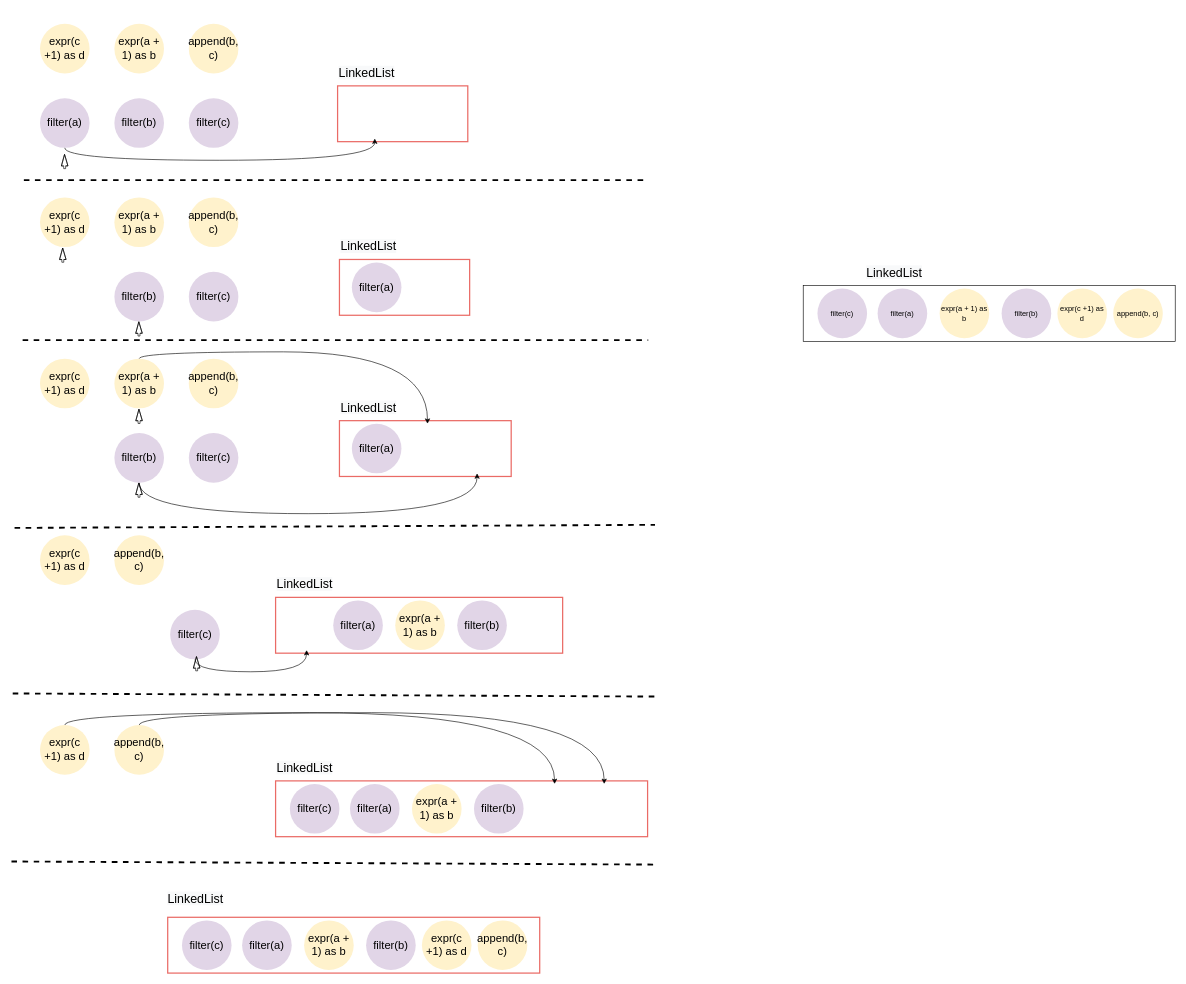
Before: page "Page-19" (19 of 19) of profile_dev_platform.drawio in nullbull/uml, a draw.io diagram. Source tidied: cells renumbered, new cells numbered last; positions are measured from the earlier drawing's top-left corner, leaving out a move shared by most shapes. Both pictures are drawn from the tidied source at 62%, with x=0, y=0 at pixel (11, 24).
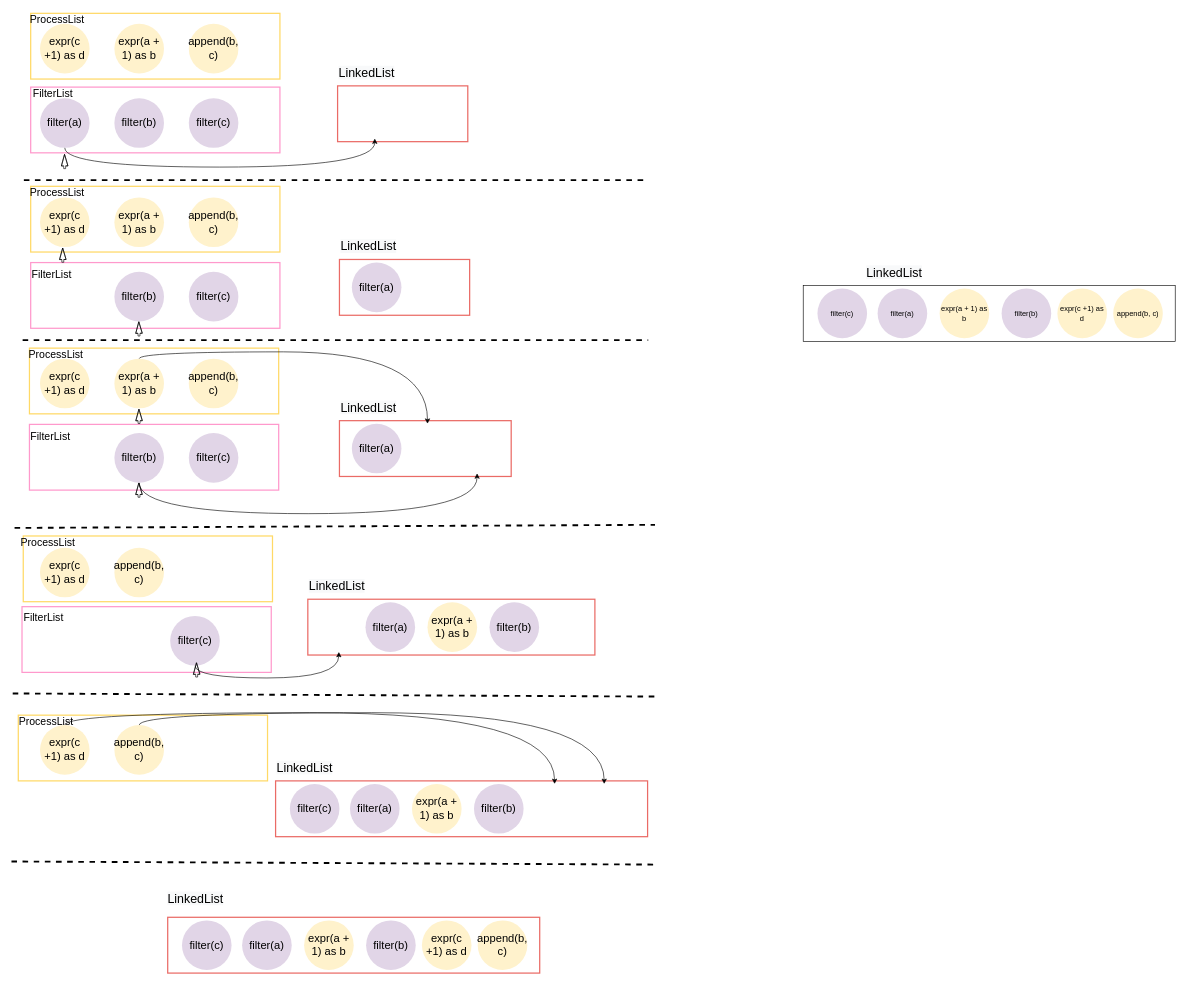
The same page after the edit.

The change refers to these unchanged cells:
```xml
<mxCell id="3" value="filter(a)" style="ellipse;whiteSpace=wrap;html=1;fillColor=#e1d5e7;strokeColor=none;fontSize=18;" parent="1" vertex="1">
  <mxGeometry x="46" y="120" width="80" height="80" as="geometry" />
</mxCell>
<mxCell id="46" style="ellipse;whiteSpace=wrap;html=1;fontSize=20;strokeColor=#FFFFFF;" parent="1" vertex="1">
  <mxGeometry x="546" y="105" width="80" height="80" as="geometry" />
</mxCell>
```

The edit, as a diff of the source:
```diff
@@
+    <mxCell id="81" style="rounded=0;whiteSpace=wrap;html=1;strokeWidth=2;strokeColor=#FFD966;" parent="1" vertex="1">
+      <mxGeometry x="11" y="1115" width="402" height="106" as="geometry" />
+    </mxCell>
+    <mxCell id="82" style="rounded=0;whiteSpace=wrap;html=1;strokeWidth=2;strokeColor=#FF99CC;" parent="1" vertex="1">
+      <mxGeometry x="17" y="940" width="402" height="106" as="geometry" />
+    </mxCell>
+    <mxCell id="83" style="rounded=0;whiteSpace=wrap;html=1;strokeWidth=2;strokeColor=#FFD966;" parent="1" vertex="1">
+      <mxGeometry x="19" y="826" width="402" height="106" as="geometry" />
+    </mxCell>
+    <mxCell id="84" style="rounded=0;whiteSpace=wrap;html=1;strokeWidth=2;strokeColor=#FF99CC;" parent="1" vertex="1">
+      <mxGeometry x="29" y="646" width="402" height="106" as="geometry" />
+    </mxCell>
+    <mxCell id="85" style="rounded=0;whiteSpace=wrap;html=1;strokeWidth=2;strokeColor=#FFD966;" parent="1" vertex="1">
+      <mxGeometry x="29" y="523" width="402" height="106" as="geometry" />
+    </mxCell>
+    <mxCell id="86" value="ProcessList" style="text;html=1;strokeColor=none;fillColor=none;align=center;verticalAlign=middle;whiteSpace=wrap;rounded=0;fontSize=17;" parent="1" vertex="1">
+      <mxGeometry x="42" y="519" width="60" height="30" as="geometry" />
+    </mxCell>
+    <mxCell id="87" value="FilterList" style="text;html=1;strokeColor=none;fillColor=none;align=center;verticalAlign=middle;whiteSpace=wrap;rounded=0;fontSize=17;" parent="1" vertex="1">
+      <mxGeometry x="33" y="651" width="60" height="30" as="geometry" />
+    </mxCell>
+    <mxCell id="88" style="rounded=0;whiteSpace=wrap;html=1;strokeWidth=2;strokeColor=#FF99CC;" parent="1" vertex="1">
+      <mxGeometry x="31" y="385" width="402" height="106" as="geometry" />
+    </mxCell>
+    <mxCell id="89" style="rounded=0;whiteSpace=wrap;html=1;strokeWidth=2;strokeColor=#FFD966;" parent="1" vertex="1">
+      <mxGeometry x="31" y="262" width="402" height="106" as="geometry" />
+    </mxCell>
+    <mxCell id="90" value="ProcessList" style="text;html=1;strokeColor=none;fillColor=none;align=center;verticalAlign=middle;whiteSpace=wrap;rounded=0;fontSize=17;" parent="1" vertex="1">
+      <mxGeometry x="44" y="258" width="60" height="30" as="geometry" />
+    </mxCell>
+    <mxCell id="91" value="FilterList" style="text;html=1;strokeColor=none;fillColor=none;align=center;verticalAlign=middle;whiteSpace=wrap;rounded=0;fontSize=17;" parent="1" vertex="1">
+      <mxGeometry x="35" y="390" width="60" height="30" as="geometry" />
+    </mxCell>
+    <mxCell id="92" style="rounded=0;whiteSpace=wrap;html=1;strokeWidth=2;strokeColor=#FF99CC;" parent="1" vertex="1">
+      <mxGeometry x="31" y="102" width="402" height="106" as="geometry" />
+    </mxCell>
+    <mxCell id="93" style="rounded=0;whiteSpace=wrap;html=1;strokeWidth=2;strokeColor=#FFD966;" parent="1" vertex="1">
+      <mxGeometry x="31" y="-17" width="402" height="106" as="geometry" />
+    </mxCell>
@@
     <mxCell id="30" style="rounded=0;whiteSpace=wrap;html=1;fontSize=20;strokeWidth=2;strokeColor=#EA6B66;" parent="1" vertex="1">
-      <mxGeometry x="426" y="925" width="463" height="90" as="geometry" />
+      <mxGeometry x="478" y="928" width="463" height="90" as="geometry" />
     </mxCell>
     <mxCell id="31" value="filter(a)" style="ellipse;whiteSpace=wrap;html=1;fillColor=#e1d5e7;strokeColor=none;fontSize=18;" parent="1" vertex="1">
-      <mxGeometry x="519" y="930" width="80" height="80" as="geometry" />
+      <mxGeometry x="571" y="933" width="80" height="80" as="geometry" />
     </mxCell>
     <mxCell id="32" value="&lt;span style=&quot;color: rgb(0, 0, 0); font-family: helvetica; font-size: 20px; font-style: normal; font-weight: 400; letter-spacing: normal; text-align: center; text-indent: 0px; text-transform: none; word-spacing: 0px; background-color: rgb(248, 249, 250); display: inline; float: none;&quot;&gt;LinkedList&lt;/span&gt;" style="text;whiteSpace=wrap;html=1;fontSize=20;" parent="1" vertex="1">
-      <mxGeometry x="426" y="885" width="120" height="40" as="geometry" />
+      <mxGeometry x="478" y="888" width="120" height="40" as="geometry" />
     </mxCell>
     <mxCell id="33" value="append(b, c)" style="ellipse;whiteSpace=wrap;html=1;fillColor=#fff2cc;strokeColor=none;fontSize=18;" parent="1" vertex="1">
-      <mxGeometry x="166" y="825" width="80" height="80" as="geometry" />
+      <mxGeometry x="166" y="845" width="80" height="80" as="geometry" />
     </mxCell>
@@
     <mxCell id="35" value="filter(c)" style="ellipse;whiteSpace=wrap;html=1;fillColor=#e1d5e7;strokeColor=none;fontSize=18;" parent="1" vertex="1">
-      <mxGeometry x="256" y="945" width="80" height="80" as="geometry" />
+      <mxGeometry x="256" y="955" width="80" height="80" as="geometry" />
     </mxCell>
     <mxCell id="36" value="expr(c +1) as d" style="ellipse;whiteSpace=wrap;html=1;fillColor=#fff2cc;strokeColor=none;fontSize=18;" parent="1" vertex="1">
-      <mxGeometry x="46" y="825" width="80" height="80" as="geometry" />
+      <mxGeometry x="46" y="845" width="80" height="80" as="geometry" />
     </mxCell>
     <mxCell id="37" style="shape=flexArrow;endArrow=classic;html=1;rounded=0;width=3.133640552995392;endSize=5.867142857142857;endWidth=6.409479921000658;" parent="1" edge="1">
       <mxGeometry relative="1" as="geometry">
-        <mxPoint x="298.7" y="1044" as="sourcePoint" />
-        <mxPoint x="298.4" y="1020" as="targetPoint" />
+        <mxPoint x="298.7" y="1054" as="sourcePoint" />
+        <mxPoint x="298.4" y="1030" as="targetPoint" />
         <Array as="points">
-          <mxPoint x="298.7" y="1040" />
+          <mxPoint x="298.7" y="1050" />
         </Array>
       </mxGeometry>
     </mxCell>
     <mxCell id="38" value="expr(a + 1) as b" style="ellipse;whiteSpace=wrap;html=1;fillColor=#fff2cc;strokeColor=none;fontSize=18;" parent="1" vertex="1">
-      <mxGeometry x="619" y="930" width="80" height="80" as="geometry" />
+      <mxGeometry x="671" y="933" width="80" height="80" as="geometry" />
     </mxCell>
     <mxCell id="39" value="filter(b)" style="ellipse;whiteSpace=wrap;html=1;fillColor=#e1d5e7;strokeColor=none;fontSize=18;" parent="1" vertex="1">
-      <mxGeometry x="719" y="930" width="80" height="80" as="geometry" />
+      <mxGeometry x="771" y="933" width="80" height="80" as="geometry" />
     </mxCell>
@@
     <mxCell id="47" style="edgeStyle=orthogonalEdgeStyle;curved=1;rounded=0;jettySize=auto;html=1;exitX=0.5;exitY=1;exitDx=0;exitDy=0;fontSize=20;entryX=0.5;entryY=1;entryDx=0;entryDy=0;" parent="1" edge="1" source="3" target="46">
       <mxGeometry relative="1" as="geometry">
         <Array as="points">
-          <mxPoint x="86" y="220" />
-          <mxPoint x="586" y="220" />
+          <mxPoint x="86" y="231" />
+          <mxPoint x="586" y="231" />
         </Array>
       </mxGeometry>
     </mxCell>
@@
     <mxCell id="53" style="ellipse;whiteSpace=wrap;html=1;fontSize=20;strokeColor=#FFFFFF;" parent="1" vertex="1">
-      <mxGeometry x="436" y="930" width="80" height="80" as="geometry" />
+      <mxGeometry x="488" y="933" width="80" height="80" as="geometry" />
     </mxCell>
@@
+    <mxCell id="94" value="ProcessList" style="text;html=1;strokeColor=none;fillColor=none;align=center;verticalAlign=middle;whiteSpace=wrap;rounded=0;fontSize=17;" parent="1" vertex="1">
+      <mxGeometry x="44" y="-21" width="60" height="30" as="geometry" />
+    </mxCell>
+    <mxCell id="95" value="FilterList" style="text;html=1;strokeColor=none;fillColor=none;align=center;verticalAlign=middle;whiteSpace=wrap;rounded=0;fontSize=17;" parent="1" vertex="1">
+      <mxGeometry x="37" y="98" width="60" height="30" as="geometry" />
+    </mxCell>
+    <mxCell id="96" value="ProcessList" style="text;html=1;strokeColor=none;fillColor=none;align=center;verticalAlign=middle;whiteSpace=wrap;rounded=0;fontSize=17;" parent="1" vertex="1">
+      <mxGeometry x="29" y="822" width="60" height="30" as="geometry" />
+    </mxCell>
+    <mxCell id="97" value="FilterList" style="text;html=1;strokeColor=none;fillColor=none;align=center;verticalAlign=middle;whiteSpace=wrap;rounded=0;fontSize=17;" parent="1" vertex="1">
+      <mxGeometry x="22" y="943" width="60" height="30" as="geometry" />
+    </mxCell>
+    <mxCell id="98" value="ProcessList" style="text;html=1;strokeColor=none;fillColor=none;align=center;verticalAlign=middle;whiteSpace=wrap;rounded=0;fontSize=17;" parent="1" vertex="1">
+      <mxGeometry x="26" y="1112" width="60" height="30" as="geometry" />
+    </mxCell>
```
